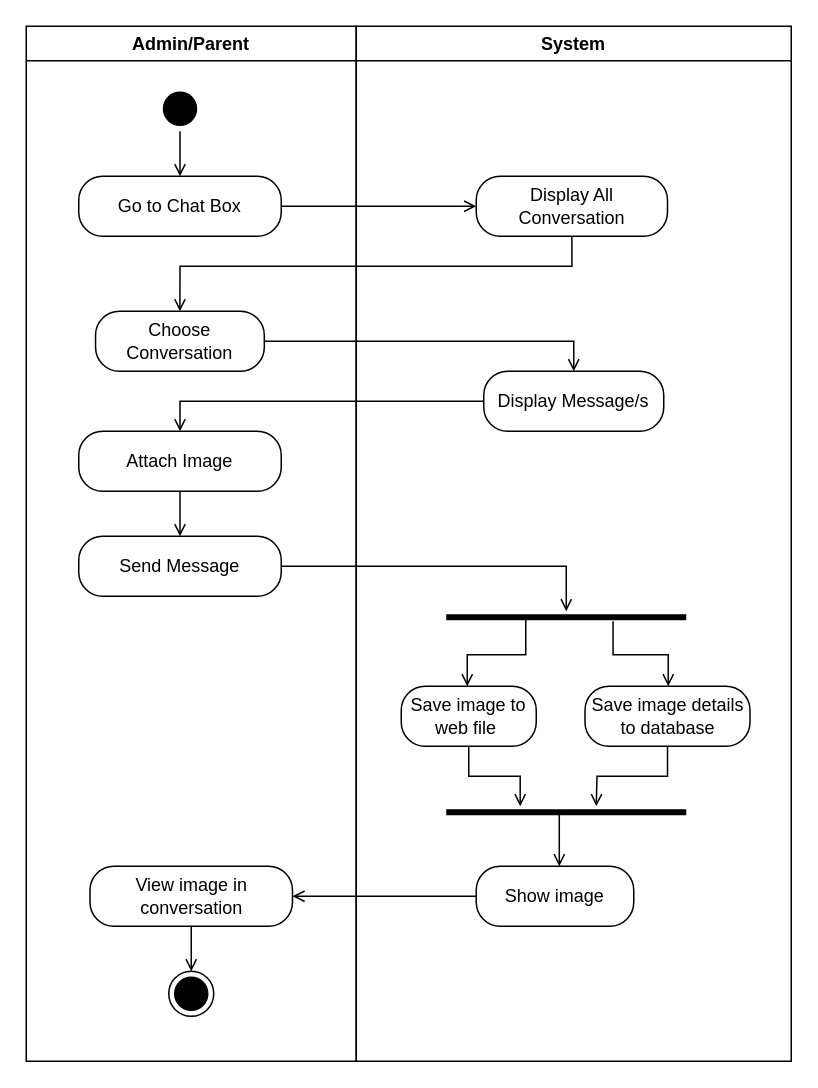
Before: page "Send Image" (6 of 7) of REVISIONS/UML-DIAGRAMS/6-28-2021/ACTIVITY DIAGRAM/ACTIVITY DIAGRAM3.drawio in mrklglsn/CAPSTONE-FILES, a draw.io diagram. Source tidied: cells renumbered, new cells numbered last; positions are measured from the earlier drawing's top-left corner, leaving out a move shared by most shapes. Both pictures are drawn from the tidied source at 150%, with x=0, y=0 at pixel (26, 26).
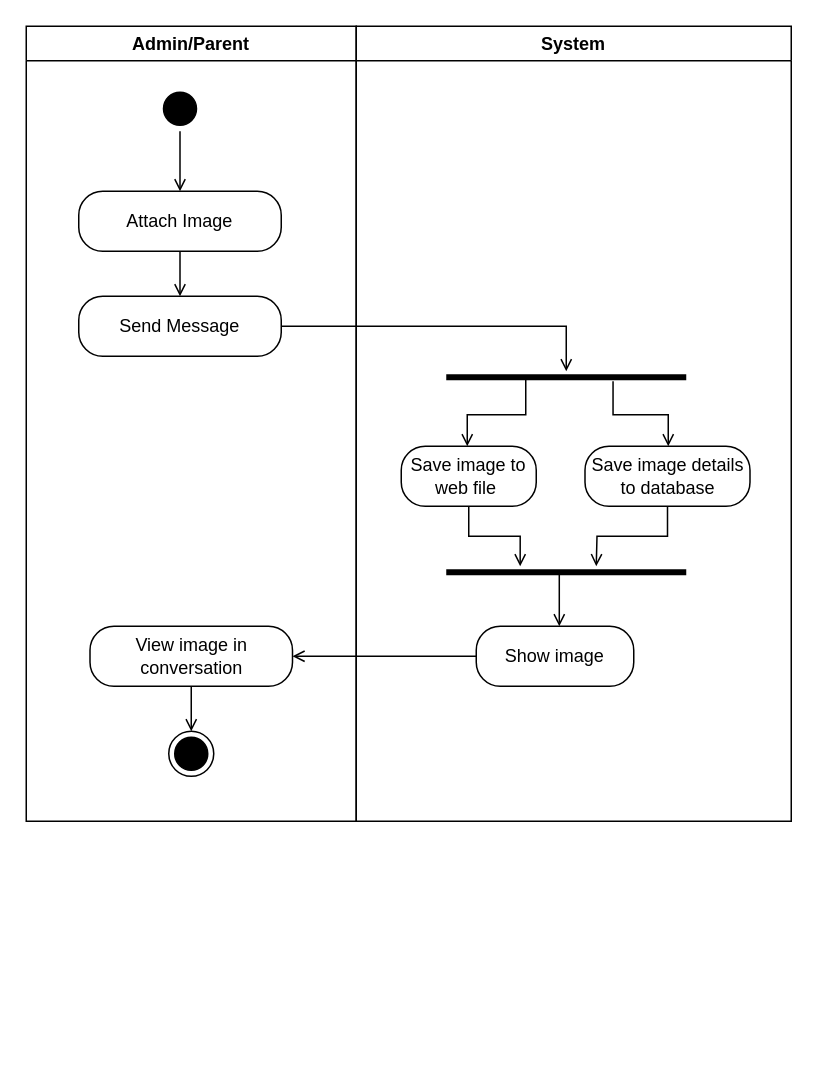
After the change.

The change refers to these unchanged cells:
```xml
<mxCell id="5" style="ellipse;html=1;shape=startState;fillColor=#000000;" parent="2" vertex="1">
  <mxGeometry x="87.5" y="40" width="30" height="30" as="geometry" />
</mxCell>
```

The edit, as a diff of the source:
```diff
@@
     <mxCell id="2" value="Admin/Parent" style="swimlane;" parent="1" vertex="1">
-      <mxGeometry width="220" height="690" as="geometry" />
+      <mxGeometry width="220" height="530" as="geometry" />
     </mxCell>
-    <mxCell id="3" value="Go to Chat Box" style="rounded=1;whiteSpace=wrap;html=1;arcSize=40;" parent="2" vertex="1">
-      <mxGeometry x="35" y="100" width="135" height="40" as="geometry" />
-    </mxCell>
-    <mxCell id="4" style="edgeStyle=orthogonalEdgeStyle;rounded=0;jettySize=auto;html=1;endArrow=open;endFill=0;entryX=0.5;entryY=0;entryDx=0;entryDy=0;" parent="2" edge="1" source="5" target="3">
+    <mxCell id="4" style="edgeStyle=orthogonalEdgeStyle;rounded=0;jettySize=auto;html=1;endArrow=open;endFill=0;entryX=0.5;entryY=0;entryDx=0;entryDy=0;" parent="2" edge="1" source="5" target="7">
       <mxGeometry relative="1" as="geometry" />
     </mxCell>
@@
-    <mxCell id="6" value="Choose Conversation" style="rounded=1;whiteSpace=wrap;html=1;arcSize=40;" parent="2" vertex="1">
-      <mxGeometry x="46.2" y="190" width="112.5" height="40" as="geometry" />
-    </mxCell>
     <mxCell id="7" value="Attach Image" style="rounded=1;whiteSpace=wrap;html=1;arcSize=40;" parent="2" vertex="1">
-      <mxGeometry x="35" y="270" width="135" height="40" as="geometry" />
+      <mxGeometry x="35" y="110" width="135" height="40" as="geometry" />
     </mxCell>
     <mxCell id="8" value="Send Message" style="rounded=1;whiteSpace=wrap;html=1;arcSize=40;" parent="2" vertex="1">
-      <mxGeometry x="35" y="340" width="135" height="40" as="geometry" />
+      <mxGeometry x="35" y="180" width="135" height="40" as="geometry" />
     </mxCell>
     <mxCell id="9" style="edgeStyle=orthogonalEdgeStyle;rounded=0;jettySize=auto;html=1;entryX=0.5;entryY=0;entryDx=0;entryDy=0;endArrow=open;endFill=0;exitX=0.5;exitY=1;exitDx=0;exitDy=0;" parent="2" edge="1" source="7" target="8">
       <mxGeometry relative="1" as="geometry">
         <Array as="points">
-          <mxPoint x="103" y="340" />
-          <mxPoint x="103" y="340" />
+          <mxPoint x="103" y="180" />
+          <mxPoint x="103" y="180" />
         </Array>
       </mxGeometry>
     </mxCell>
@@
     <mxCell id="11" value="View image in conversation" style="rounded=1;whiteSpace=wrap;html=1;arcSize=40;" parent="2" vertex="1">
-      <mxGeometry x="42.5" y="560" width="135" height="40" as="geometry" />
+      <mxGeometry x="42.5" y="400" width="135" height="40" as="geometry" />
     </mxCell>
     <mxCell id="12" style="ellipse;html=1;shape=endState;fillColor=#000000;" parent="2" vertex="1">
-      <mxGeometry x="95" y="630" width="30" height="30" as="geometry" />
+      <mxGeometry x="95" y="470" width="30" height="30" as="geometry" />
     </mxCell>
     <mxCell id="13" value="System" style="swimlane;" parent="1" vertex="1">
-      <mxGeometry x="220" width="290" height="690" as="geometry" />
+      <mxGeometry x="220" width="290" height="530" as="geometry" />
     </mxCell>
-    <mxCell id="14" value="Display All Conversation" style="rounded=1;whiteSpace=wrap;html=1;arcSize=40;" parent="13" vertex="1">
-      <mxGeometry x="80" y="100" width="127.5" height="40" as="geometry" />
-    </mxCell>
-    <mxCell id="15" value="Display Message/s" style="rounded=1;whiteSpace=wrap;html=1;arcSize=40;" parent="13" vertex="1">
-      <mxGeometry x="85" y="230" width="120" height="40" as="geometry" />
-    </mxCell>
     <mxCell id="16" value="Save image details to database" style="rounded=1;whiteSpace=wrap;html=1;arcSize=40;" parent="13" vertex="1">
-      <mxGeometry x="152.5" y="440" width="110" height="40" as="geometry" />
+      <mxGeometry x="152.5" y="280" width="110" height="40" as="geometry" />
     </mxCell>
     <mxCell id="17" value="Save image to web file&amp;nbsp;" style="rounded=1;whiteSpace=wrap;html=1;arcSize=40;" parent="13" vertex="1">
-      <mxGeometry x="30" y="440" width="90" height="40" as="geometry" />
+      <mxGeometry x="30" y="280" width="90" height="40" as="geometry" />
     </mxCell>
     <mxCell id="18" value="Show image" style="rounded=1;whiteSpace=wrap;html=1;arcSize=40;" parent="13" vertex="1">
-      <mxGeometry x="80" y="560" width="105" height="40" as="geometry" />
+      <mxGeometry x="80" y="400" width="105" height="40" as="geometry" />
     </mxCell>
-    <mxCell id="19" style="edgeStyle=orthogonalEdgeStyle;rounded=0;jettySize=auto;html=1;entryX=0;entryY=0.5;entryDx=0;entryDy=0;endArrow=open;endFill=0;" parent="1" edge="1" source="3" target="14">
-      <mxGeometry relative="1" as="geometry" />
-    </mxCell>
-    <mxCell id="20" style="edgeStyle=orthogonalEdgeStyle;rounded=0;jettySize=auto;html=1;entryX=0.5;entryY=0;entryDx=0;entryDy=0;exitX=0.5;exitY=1;exitDx=0;exitDy=0;endArrow=open;endFill=0;" parent="1" edge="1" source="14" target="6">
-      <mxGeometry relative="1" as="geometry">
-        <Array as="points">
-          <mxPoint x="364" y="160" />
-          <mxPoint x="103" y="160" />
-        </Array>
-      </mxGeometry>
-    </mxCell>
-    <mxCell id="21" style="edgeStyle=orthogonalEdgeStyle;rounded=0;jettySize=auto;html=1;entryX=0.5;entryY=0;entryDx=0;entryDy=0;endArrow=open;endFill=0;" parent="1" edge="1" source="6" target="15">
-      <mxGeometry relative="1" as="geometry" />
-    </mxCell>
-    <mxCell id="22" style="edgeStyle=orthogonalEdgeStyle;rounded=0;jettySize=auto;html=1;entryX=0.5;entryY=0;entryDx=0;entryDy=0;endArrow=open;endFill=0;" parent="1" edge="1" source="15" target="7">
-      <mxGeometry relative="1" as="geometry" />
-    </mxCell>
     <mxCell id="23" style="line;strokeWidth=4;fillColor=none;align=left;verticalAlign=middle;spacingTop=-1;spacingLeft=3;spacingRight=3;labelPosition=right;points=[];portConstraint=eastwest;" parent="1" vertex="1">
-      <mxGeometry x="280" y="390" width="160" height="8" as="geometry" />
+      <mxGeometry x="280" y="230" width="160" height="8" as="geometry" />
     </mxCell>
@@
     <mxCell id="25" style="edgeStyle=orthogonalEdgeStyle;rounded=0;jettySize=auto;html=1;endArrow=open;endFill=0;exitX=0.271;exitY=0.661;exitDx=0;exitDy=0;exitPerimeter=0;" parent="1" edge="1" source="23">
       <mxGeometry relative="1" as="geometry">
-        <mxPoint x="294" y="440" as="targetPoint" />
+        <mxPoint x="294" y="280" as="targetPoint" />
         <Array as="points">
-          <mxPoint x="333" y="395" />
-          <mxPoint x="333" y="419" />
-          <mxPoint x="294" y="419" />
+          <mxPoint x="333" y="235" />
+          <mxPoint x="333" y="259" />
+          <mxPoint x="294" y="259" />
         </Array>
       </mxGeometry>
     </mxCell>
     <mxCell id="26" style="line;strokeWidth=4;fillColor=none;align=left;verticalAlign=middle;spacingTop=-1;spacingLeft=3;spacingRight=3;labelPosition=right;points=[];portConstraint=eastwest;" parent="1" vertex="1">
-      <mxGeometry x="280" y="520" width="160" height="8" as="geometry" />
+      <mxGeometry x="280" y="360" width="160" height="8" as="geometry" />
     </mxCell>
@@
     <mxCell id="28" style="edgeStyle=orthogonalEdgeStyle;rounded=0;jettySize=auto;html=1;endArrow=open;endFill=0;" parent="1" edge="1" source="16">
       <mxGeometry relative="1" as="geometry">
-        <mxPoint x="380" y="520" as="targetPoint" />
+        <mxPoint x="380" y="360" as="targetPoint" />
       </mxGeometry>
     </mxCell>
     <mxCell id="29" style="edgeStyle=orthogonalEdgeStyle;rounded=0;jettySize=auto;html=1;endArrow=open;endFill=0;exitX=0.471;exitY=0.696;exitDx=0;exitDy=0;exitPerimeter=0;" parent="1" edge="1" source="26" target="18">
       <mxGeometry relative="1" as="geometry">
         <Array as="points">
-          <mxPoint x="361" y="570" />
-          <mxPoint x="361" y="570" />
+          <mxPoint x="361" y="410" />
+          <mxPoint x="361" y="410" />
         </Array>
       </mxGeometry>
     </mxCell>
@@
     <mxCell id="31" style="edgeStyle=orthogonalEdgeStyle;rounded=0;jettySize=auto;html=1;endArrow=open;endFill=0;exitX=0.695;exitY=0.833;exitDx=0;exitDy=0;exitPerimeter=0;" parent="1" edge="1" source="23" target="16">
       <mxGeometry relative="1" as="geometry">
         <Array as="points">
-          <mxPoint x="391" y="419" />
-          <mxPoint x="428" y="419" />
+          <mxPoint x="391" y="259" />
+          <mxPoint x="428" y="259" />
         </Array>
       </mxGeometry>
     </mxCell>
```
